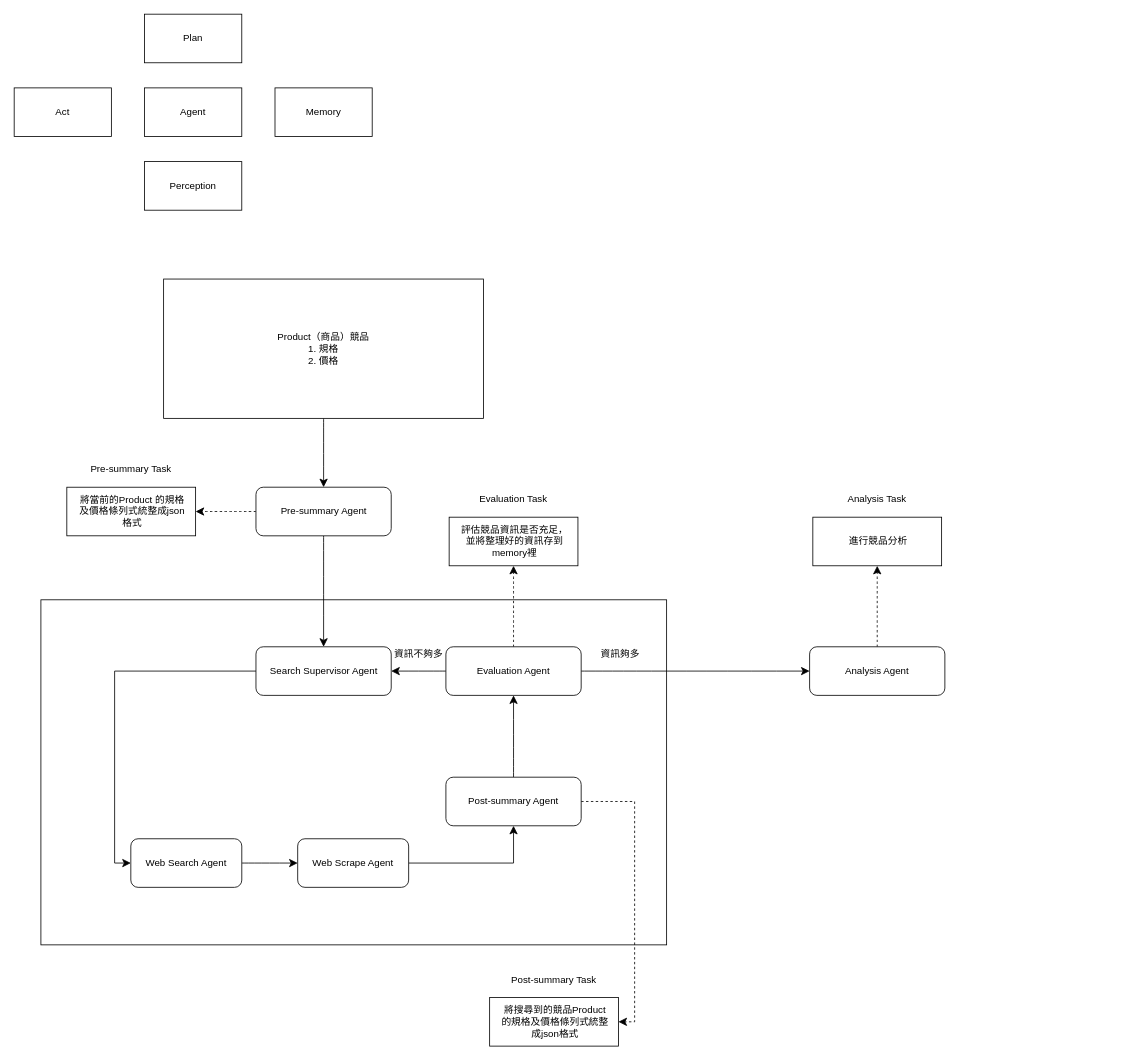
This is 架構圖/未命名绘图.drawio from YChaoWang/Drawio_backup, a draw.io file, before an edit. Source tidied: cells renumbered, new cells numbered last; positions are measured from the earlier drawing's top-left corner, leaving out a move shared by most shapes. Both pictures are drawn from the tidied source at 81%, with x=0, y=0 at pixel (14, 14).
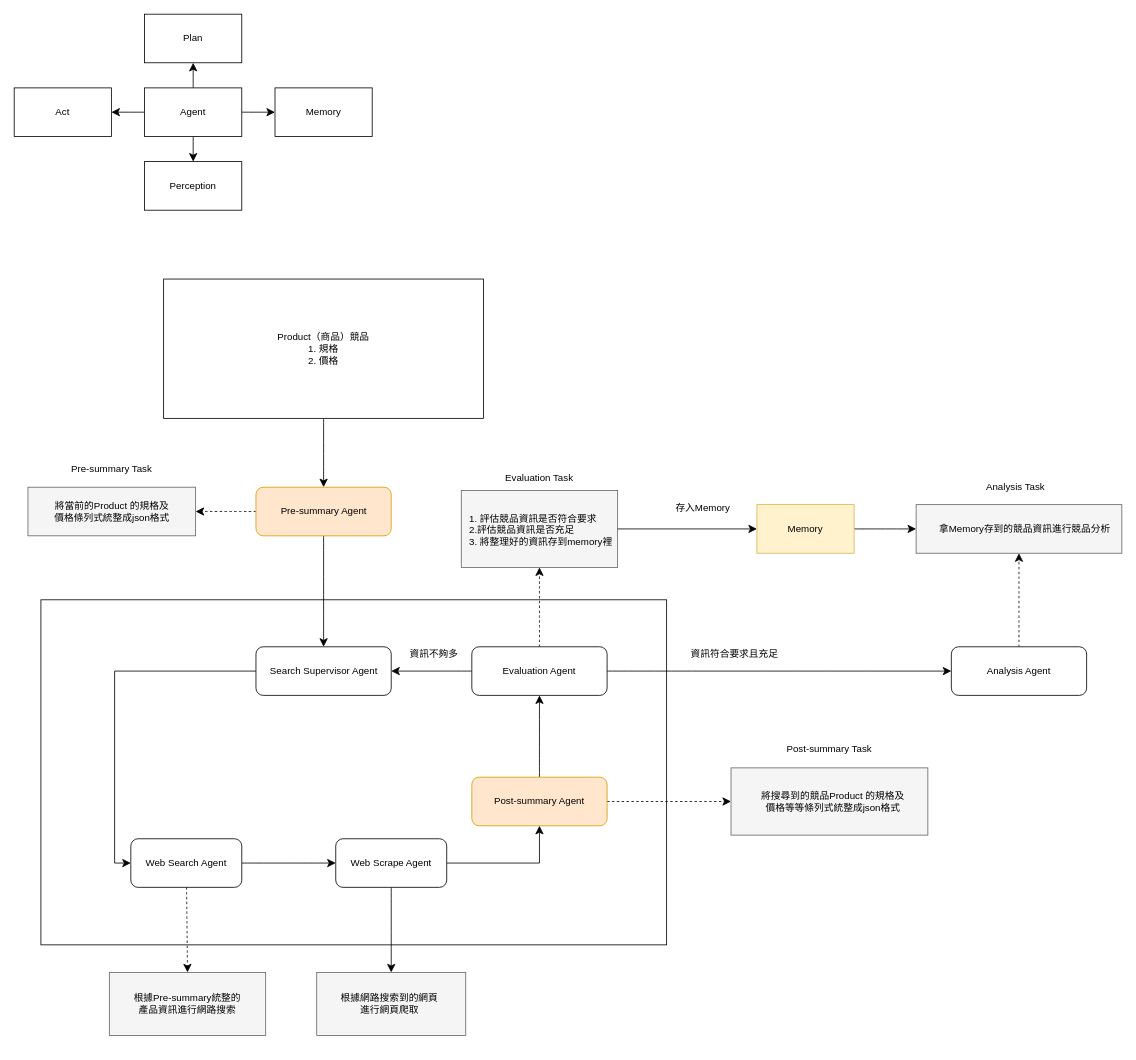
The same page after the edit.

Commit message:
更新競品分析.drawio

Unchanged cells that the change refers to:
```xml
<mxCell id="2" value="Agent" style="rounded=0;whiteSpace=wrap;html=1;" parent="1" vertex="1">
  <mxGeometry x="161" y="91" width="120" height="60" as="geometry" />
</mxCell>
<mxCell id="3" value="Act" style="rounded=0;whiteSpace=wrap;html=1;" parent="1" vertex="1">
  <mxGeometry y="91" width="120" height="60" as="geometry" />
</mxCell>
<mxCell id="4" value="Plan" style="rounded=0;whiteSpace=wrap;html=1;" parent="1" vertex="1">
  <mxGeometry x="161" width="120" height="60" as="geometry" />
</mxCell>
<mxCell id="5" value="Perception" style="rounded=0;whiteSpace=wrap;html=1;" parent="1" vertex="1">
  <mxGeometry x="161" y="182" width="120" height="60" as="geometry" />
</mxCell>
<mxCell id="6" value="Memory" style="rounded=0;whiteSpace=wrap;html=1;" parent="1" vertex="1">
  <mxGeometry x="322" y="91" width="120" height="60" as="geometry" />
</mxCell>
<mxCell id="12" value="Web Search Agent" style="rounded=1;whiteSpace=wrap;html=1;" parent="1" vertex="1">
  <mxGeometry x="144" y="1018" width="137" height="60" as="geometry" />
</mxCell>
```

What changed in the source:
```diff
@@
+    <mxCell id="43" style="edgeStyle=none;curved=1;rounded=0;jettySize=auto;html=1;fontSize=12;startSize=8;endSize=8;" parent="1" edge="1" source="2" target="3">
+      <mxGeometry relative="1" as="geometry" />
+    </mxCell>
+    <mxCell id="44" style="edgeStyle=none;curved=1;rounded=0;jettySize=auto;html=1;fontSize=12;startSize=8;endSize=8;" parent="1" edge="1" source="2" target="6">
+      <mxGeometry relative="1" as="geometry" />
+    </mxCell>
+    <mxCell id="45" style="edgeStyle=none;curved=1;rounded=0;jettySize=auto;html=1;fontSize=12;startSize=8;endSize=8;" parent="1" edge="1" source="2" target="4">
+      <mxGeometry relative="1" as="geometry" />
+    </mxCell>
+    <mxCell id="46" style="edgeStyle=none;curved=1;rounded=0;jettySize=auto;html=1;fontSize=12;startSize=8;endSize=8;" parent="1" edge="1" source="2" target="5">
+      <mxGeometry relative="1" as="geometry" />
+    </mxCell>
@@
+    <mxCell id="47" style="edgeStyle=none;curved=1;rounded=0;jettySize=auto;html=1;entryX=0.5;entryY=0;entryDx=0;entryDy=0;fontSize=12;startSize=8;endSize=8;dashed=1;" parent="1" edge="1" source="12" target="53">
+      <mxGeometry relative="1" as="geometry" />
+    </mxCell>
@@
-    <mxCell id="17" value="Pre-summary Agent" style="rounded=1;whiteSpace=wrap;html=1;" parent="1" vertex="1">
+    <mxCell id="17" value="Pre-summary Agent" style="rounded=1;whiteSpace=wrap;html=1;fillColor=#ffe6cc;strokeColor=#d79b00;" parent="1" vertex="1">
       <mxGeometry x="298.5" y="584" width="167" height="60" as="geometry" />
     </mxCell>
-    <mxCell id="18" style="edgeStyle=none;curved=1;rounded=0;jettySize=auto;html=1;fontSize=12;startSize=8;endSize=8;" parent="1" edge="1" source="20" target="24">
+    <mxCell id="18" style="edgeStyle=none;curved=1;rounded=0;jettySize=auto;html=1;fontSize=12;startSize=8;endSize=8;entryX=0.5;entryY=1;entryDx=0;entryDy=0;" parent="1" edge="1" source="20" target="24">
       <mxGeometry relative="1" as="geometry" />
     </mxCell>
-    <mxCell id="19" style="edgeStyle=orthogonalEdgeStyle;rounded=0;jettySize=auto;html=1;entryX=1;entryY=0.5;entryDx=0;entryDy=0;fontSize=12;startSize=8;endSize=8;exitX=1;exitY=0.5;exitDx=0;exitDy=0;dashed=1;" parent="1" edge="1" source="20" target="34">
+    <mxCell id="19" style="edgeStyle=orthogonalEdgeStyle;rounded=0;jettySize=auto;html=1;entryX=0;entryY=0.5;entryDx=0;entryDy=0;fontSize=12;startSize=8;endSize=8;exitX=1;exitY=0.5;exitDx=0;exitDy=0;dashed=1;" parent="1" edge="1" source="20" target="34">
       <mxGeometry relative="1" as="geometry" />
     </mxCell>
-    <mxCell id="20" value="Post-summary Agent" style="rounded=1;whiteSpace=wrap;html=1;" parent="1" vertex="1">
-      <mxGeometry x="533" y="942" width="167" height="60" as="geometry" />
+    <mxCell id="20" value="Post-summary Agent" style="rounded=1;whiteSpace=wrap;html=1;fillColor=#ffe6cc;strokeColor=#d79b00;" parent="1" vertex="1">
+      <mxGeometry x="565" y="942" width="167" height="60" as="geometry" />
     </mxCell>
@@
     <mxCell id="24" value="Evaluation Agent" style="rounded=1;whiteSpace=wrap;html=1;" parent="1" vertex="1">
-      <mxGeometry x="533" y="781" width="167" height="60" as="geometry" />
+      <mxGeometry x="565" y="781" width="167" height="60" as="geometry" />
     </mxCell>
-    <mxCell id="25" style="rounded=0;whiteSpace=wrap;html=1;" parent="1" vertex="1">
-      <mxGeometry x="65" y="584" width="159" height="60" as="geometry" />
+    <mxCell id="25" style="rounded=0;whiteSpace=wrap;html=1;fillColor=#f5f5f5;fontColor=#333333;strokeColor=#666666;" parent="1" vertex="1">
+      <mxGeometry x="17" y="584" width="207" height="60" as="geometry" />
     </mxCell>
@@
+    <mxCell id="48" style="edgeStyle=none;curved=1;rounded=0;jettySize=auto;html=1;entryX=0.5;entryY=0;entryDx=0;entryDy=0;fontSize=12;startSize=8;endSize=8;" parent="1" edge="1" source="27" target="55">
+      <mxGeometry relative="1" as="geometry" />
+    </mxCell>
     <mxCell id="27" value="Web Scrape Agent" style="rounded=1;whiteSpace=wrap;html=1;" parent="1" vertex="1">
-      <mxGeometry x="350" y="1018" width="137" height="60" as="geometry" />
+      <mxGeometry x="397" y="1018" width="137" height="60" as="geometry" />
     </mxCell>
@@
     <mxCell id="29" value="Analysis Agent" style="rounded=1;whiteSpace=wrap;html=1;" parent="1" vertex="1">
-      <mxGeometry x="982" y="781" width="167" height="60" as="geometry" />
+      <mxGeometry x="1157" y="781" width="167" height="60" as="geometry" />
     </mxCell>
     <mxCell id="30" value="將當前的Product 的規格及價格條列式統整成json格式" style="text;html=1;align=center;verticalAlign=middle;whiteSpace=wrap;rounded=0;" parent="1" vertex="1">
-      <mxGeometry x="77" y="597" width="138" height="34" as="geometry" />
+      <mxGeometry x="45.5" y="604.5" width="150" height="19" as="geometry" />
     </mxCell>
     <mxCell id="31" value="Pre-summary Task" style="text;html=1;align=center;verticalAlign=middle;whiteSpace=wrap;rounded=0;" parent="1" vertex="1">
-      <mxGeometry x="69" y="547" width="151" height="30" as="geometry" />
+      <mxGeometry x="45" y="547" width="151" height="30" as="geometry" />
     </mxCell>
     <mxCell id="32" value="資訊不夠多" style="text;html=1;align=center;verticalAlign=middle;whiteSpace=wrap;rounded=0;" parent="1" vertex="1">
-      <mxGeometry x="462" y="775" width="75" height="30" as="geometry" />
+      <mxGeometry x="481" y="775" width="75" height="30" as="geometry" />
     </mxCell>
-    <mxCell id="33" value="資訊夠多" style="text;html=1;align=center;verticalAlign=middle;whiteSpace=wrap;rounded=0;" parent="1" vertex="1">
-      <mxGeometry x="711" y="775" width="75" height="30" as="geometry" />
+    <mxCell id="33" value="資訊符合要求且充足" style="text;html=1;align=center;verticalAlign=middle;whiteSpace=wrap;rounded=0;" parent="1" vertex="1">
+      <mxGeometry x="826" y="775" width="127" height="30" as="geometry" />
     </mxCell>
-    <mxCell id="34" style="rounded=0;whiteSpace=wrap;html=1;" parent="1" vertex="1">
-      <mxGeometry x="587" y="1214" width="159" height="60" as="geometry" />
+    <mxCell id="34" style="rounded=0;whiteSpace=wrap;html=1;fillColor=#f5f5f5;fontColor=#333333;strokeColor=#666666;" parent="1" vertex="1">
+      <mxGeometry x="885" y="930.5" width="243" height="83" as="geometry" />
     </mxCell>
-    <mxCell id="35" value="將搜尋到的競品Product 的規格及價格條列式統整成json格式" style="text;html=1;align=center;verticalAlign=middle;whiteSpace=wrap;rounded=0;" parent="1" vertex="1">
-      <mxGeometry x="599" y="1227" width="138" height="34" as="geometry" />
+    <mxCell id="35" value="將搜尋到的競品Product 的規格及價格等等條列式統整成json格式" style="text;html=1;align=center;verticalAlign=middle;whiteSpace=wrap;rounded=0;" parent="1" vertex="1">
+      <mxGeometry x="921" y="951" width="180" height="42" as="geometry" />
     </mxCell>
     <mxCell id="36" value="Post-summary Task" style="text;html=1;align=center;verticalAlign=middle;whiteSpace=wrap;rounded=0;" parent="1" vertex="1">
-      <mxGeometry x="591" y="1177" width="151" height="30" as="geometry" />
+      <mxGeometry x="931" y="892" width="151" height="30" as="geometry" />
     </mxCell>
-    <mxCell id="37" style="rounded=0;whiteSpace=wrap;html=1;" parent="1" vertex="1">
-      <mxGeometry x="537" y="621" width="159" height="60" as="geometry" />
+    <mxCell id="37" style="rounded=0;whiteSpace=wrap;html=1;fillColor=#f5f5f5;fontColor=#333333;strokeColor=#666666;" parent="1" vertex="1">
+      <mxGeometry x="552" y="588" width="193" height="95" as="geometry" />
     </mxCell>
+    <mxCell id="49" style="edgeStyle=orthogonalEdgeStyle;rounded=0;jettySize=auto;html=1;fontSize=12;startSize=8;endSize=8;exitX=1;exitY=0.5;exitDx=0;exitDy=0;entryX=0;entryY=0.5;entryDx=0;entryDy=0;" parent="1" edge="1" source="37" target="51">
+      <mxGeometry relative="1" as="geometry" />
+    </mxCell>
-    <mxCell id="38" value="評估競品資訊是否充足，並將整理好的資訊存到memory裡" style="text;html=1;align=center;verticalAlign=middle;whiteSpace=wrap;rounded=0;" parent="1" vertex="1">
-      <mxGeometry x="549" y="634" width="138" height="34" as="geometry" />
+    <mxCell id="38" value="1. 評估競品資訊是否符合要求&lt;div&gt;2.評估競品資訊是否充足&lt;/div&gt;&lt;div&gt;3. 將整理好的資訊存到memory裡&lt;/div&gt;" style="text;html=1;align=left;verticalAlign=middle;whiteSpace=wrap;rounded=0;" parent="1" vertex="1">
+      <mxGeometry x="559.5" y="597" width="185.5" height="79.5" as="geometry" />
     </mxCell>
     <mxCell id="39" value="Evaluation Task" style="text;html=1;align=center;verticalAlign=middle;whiteSpace=wrap;rounded=0;" parent="1" vertex="1">
-      <mxGeometry x="541" y="584" width="151" height="30" as="geometry" />
+      <mxGeometry x="573" y="558" width="151" height="30" as="geometry" />
     </mxCell>
-    <mxCell id="40" style="rounded=0;whiteSpace=wrap;html=1;" parent="1" vertex="1">
-      <mxGeometry x="986" y="621" width="159" height="60" as="geometry" />
+    <mxCell id="40" style="rounded=0;whiteSpace=wrap;html=1;fillColor=#f5f5f5;fontColor=#333333;strokeColor=#666666;" parent="1" vertex="1">
+      <mxGeometry x="1113.5" y="605.5" width="254" height="60" as="geometry" />
     </mxCell>
-    <mxCell id="41" value="進行競品分析" style="text;html=1;align=center;verticalAlign=middle;whiteSpace=wrap;rounded=0;" parent="1" vertex="1">
-      <mxGeometry x="998" y="634" width="138" height="34" as="geometry" />
+    <mxCell id="41" value="拿Memory存到的競品資訊進行競品分析" style="text;html=1;align=center;verticalAlign=middle;whiteSpace=wrap;rounded=0;" parent="1" vertex="1">
+      <mxGeometry x="1137" y="618.5" width="221.5" height="34" as="geometry" />
     </mxCell>
     <mxCell id="42" value="Analysis Task" style="text;html=1;align=center;verticalAlign=middle;whiteSpace=wrap;rounded=0;" parent="1" vertex="1">
-      <mxGeometry x="990" y="584" width="151" height="30" as="geometry" />
+      <mxGeometry x="1161" y="568.5" width="151" height="30" as="geometry" />
     </mxCell>
+    <mxCell id="50" style="edgeStyle=none;curved=1;rounded=0;jettySize=auto;html=1;fontSize=12;startSize=8;endSize=8;entryX=0;entryY=0.5;entryDx=0;entryDy=0;" parent="1" edge="1" source="51" target="40">
+      <mxGeometry relative="1" as="geometry" />
+    </mxCell>
+    <mxCell id="51" value="Memory" style="whiteSpace=wrap;html=1;fillColor=#fff2cc;strokeColor=#d6b656;" parent="1" vertex="1">
+      <mxGeometry x="917" y="605.5" width="120" height="60" as="geometry" />
+    </mxCell>
+    <mxCell id="52" value="存入Memory" style="text;html=1;align=center;verticalAlign=middle;whiteSpace=wrap;rounded=0;" parent="1" vertex="1">
+      <mxGeometry x="804.5" y="595" width="91" height="30" as="geometry" />
+    </mxCell>
+    <mxCell id="53" style="rounded=0;whiteSpace=wrap;html=1;fillColor=#f5f5f5;fontColor=#333333;strokeColor=#666666;" parent="1" vertex="1">
+      <mxGeometry x="117.5" y="1183" width="193" height="78" as="geometry" />
+    </mxCell>
+    <mxCell id="54" value="根據Pre-summary統整的產品資訊進行網路搜索" style="text;html=1;align=center;verticalAlign=middle;whiteSpace=wrap;rounded=0;" parent="1" vertex="1">
+      <mxGeometry x="145" y="1205" width="138" height="34" as="geometry" />
+    </mxCell>
+    <mxCell id="55" style="rounded=0;whiteSpace=wrap;html=1;fillColor=#f5f5f5;fontColor=#333333;strokeColor=#666666;" parent="1" vertex="1">
+      <mxGeometry x="373.5" y="1183" width="184" height="78" as="geometry" />
+    </mxCell>
+    <mxCell id="56" value="根據網路搜索到的網頁進行網頁爬取" style="text;html=1;align=center;verticalAlign=middle;whiteSpace=wrap;rounded=0;" parent="1" vertex="1">
+      <mxGeometry x="401" y="1205" width="124.5" height="34" as="geometry" />
+    </mxCell>
```
